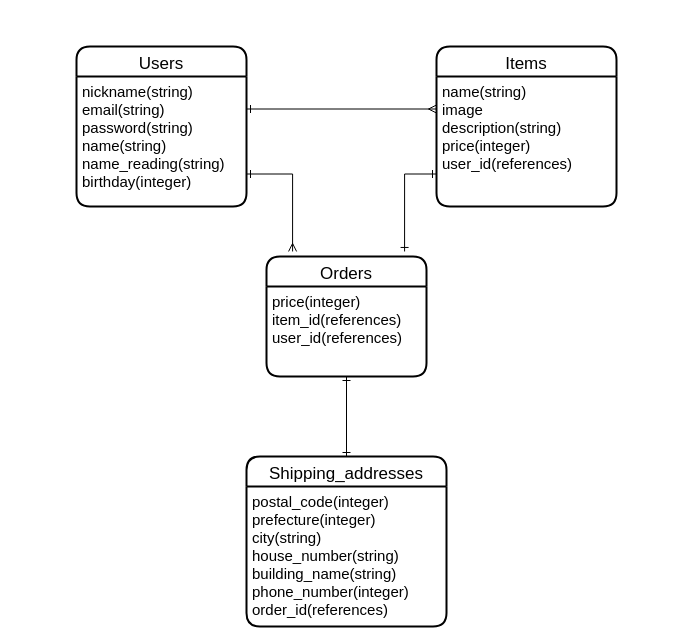
The draw.io diagram furima.dio in tomiyoshi0602/furima-34263, before the edit. Source tidied: cells renumbered, new cells numbered last; positions are measured from the earlier drawing's top-left corner, leaving out a move shared by most shapes. Both pictures are drawn from the tidied source at 100%, with x=0, y=0 at pixel (76, 46).
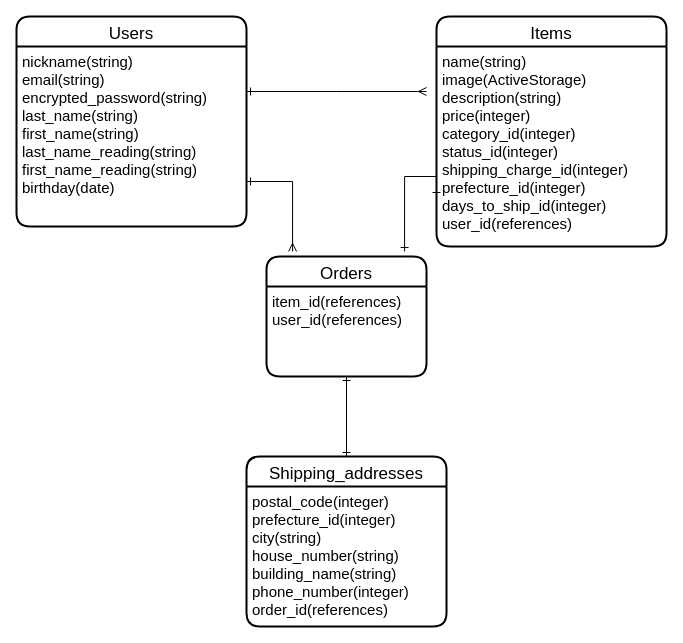
After the change.

Change to the diagram source:
```diff
@@
 <mxGraphModel>
   <root>
     <mxCell id="0" />
     <mxCell id="1" parent="0" />
     <mxCell id="2" value="Users" style="swimlane;horizontal=1;startSize=30;rounded=1;fontSize=17;fontStyle=0;strokeWidth=2;shadow=0;dashed=0;align=center;" parent="1" vertex="1">
-      <mxGeometry width="170" height="160" as="geometry" />
+      <mxGeometry x="-60" y="-30" width="230" height="210" as="geometry" />
     </mxCell>
-    <mxCell id="3" value="nickname(string)&#10;email(string)&#10;password(string)&#10;name(string)&#10;name_reading(string)&#10;birthday(integer)" style="align=left;strokeColor=none;fillColor=none;spacingLeft=4;fontSize=15;verticalAlign=top;" parent="2" vertex="1">
-      <mxGeometry y="30" width="170" height="130" as="geometry" />
+    <mxCell id="3" value="nickname(string)&#10;email(string)&#10;encrypted_password(string)&#10;last_name(string)&#10;first_name(string)&#10;last_name_reading(string)&#10;first_name_reading(string)&#10;birthday(date)" style="align=left;strokeColor=none;fillColor=none;spacingLeft=4;fontSize=15;verticalAlign=top;" parent="2" vertex="1">
+      <mxGeometry y="30" width="230" height="180" as="geometry" />
     </mxCell>
     <mxCell id="4" value="Items" style="swimlane;horizontal=1;startSize=30;rounded=1;fontSize=17;fontStyle=0;strokeWidth=2;shadow=0;dashed=0;align=center;" parent="1" vertex="1">
-      <mxGeometry x="360" width="180" height="160" as="geometry" />
+      <mxGeometry x="360" y="-30" width="230" height="230" as="geometry" />
     </mxCell>
-    <mxCell id="5" value="name(string)&#10;image&#10;description(string)&#10;price(integer)&#10;user_id(references)" style="align=left;strokeColor=none;fillColor=none;spacingLeft=4;fontSize=15;verticalAlign=top;" parent="4" vertex="1">
-      <mxGeometry y="30" width="180" height="130" as="geometry" />
+    <mxCell id="5" value="name(string)&#10;image(ActiveStorage)&#10;description(string)&#10;price(integer)&#10;category_id(integer)&#10;status_id(integer)&#10;shipping_charge_id(integer)&#10;prefecture_id(integer)&#10;days_to_ship_id(integer)&#10;user_id(references)" style="align=left;strokeColor=none;fillColor=none;spacingLeft=4;fontSize=15;verticalAlign=top;" parent="4" vertex="1">
+      <mxGeometry y="30" width="230" height="200" as="geometry" />
     </mxCell>
     <mxCell id="6" value="Orders" style="swimlane;horizontal=1;startSize=30;rounded=1;fontSize=17;fontStyle=0;strokeWidth=2;shadow=0;dashed=0;align=center;" parent="1" vertex="1">
       <mxGeometry x="190" y="210" width="160" height="120" as="geometry" />
     </mxCell>
-    <mxCell id="7" value="price(integer)&#10;item_id(references)&#10;user_id(references)" style="align=left;strokeColor=none;fillColor=none;spacingLeft=4;fontSize=15;verticalAlign=top;" parent="6" vertex="1">
+    <mxCell id="7" value="item_id(references)&#10;user_id(references)" style="align=left;strokeColor=none;fillColor=none;spacingLeft=4;fontSize=15;verticalAlign=top;" parent="6" vertex="1">
       <mxGeometry y="30" width="160" height="90" as="geometry" />
     </mxCell>
     <mxCell id="8" value="Shipping_addresses" style="swimlane;horizontal=1;startSize=30;rounded=1;fontSize=17;fontStyle=0;strokeWidth=2;shadow=0;dashed=0;align=center;" parent="1" vertex="1">
       <mxGeometry x="170" y="410" width="200" height="170" as="geometry" />
     </mxCell>
-    <mxCell id="9" value="postal_code(integer)&#10;prefecture(integer)&#10;city(string)&#10;house_number(string)&#10;building_name(string)&#10;phone_number(integer)&#10;order_id(references)" style="align=left;strokeColor=none;fillColor=none;spacingLeft=4;fontSize=15;verticalAlign=top;" parent="8" vertex="1">
+    <mxCell id="9" value="postal_code(integer)&#10;prefecture_id(integer)&#10;city(string)&#10;house_number(string)&#10;building_name(string)&#10;phone_number(integer)&#10;order_id(references)" style="align=left;strokeColor=none;fillColor=none;spacingLeft=4;fontSize=15;verticalAlign=top;" parent="8" vertex="1">
       <mxGeometry y="30" width="200" height="140" as="geometry" />
     </mxCell>
     <mxCell id="10" style="edgeStyle=orthogonalEdgeStyle;rounded=0;jettySize=auto;html=1;exitX=1;exitY=0.75;exitDx=0;exitDy=0;entryX=0.163;entryY=-0.042;entryDx=0;entryDy=0;entryPerimeter=0;startArrow=ERone;startFill=0;endArrow=ERmany;endFill=0;fontSize=15;" parent="1" edge="1" source="3" target="6">
       <mxGeometry relative="1" as="geometry" />
     </mxCell>
     <mxCell id="11" style="edgeStyle=orthogonalEdgeStyle;rounded=0;jettySize=auto;html=1;exitX=0;exitY=0.75;exitDx=0;exitDy=0;entryX=0.863;entryY=-0.042;entryDx=0;entryDy=0;entryPerimeter=0;startArrow=ERone;startFill=0;endArrow=ERone;endFill=0;fontSize=15;" parent="1" edge="1" source="5" target="6">
-      <mxGeometry relative="1" as="geometry" />
+      <mxGeometry relative="1" as="geometry">
+        <Array as="points">
+          <mxPoint x="360" y="130" />
+          <mxPoint x="328" y="130" />
+        </Array>
+      </mxGeometry>
     </mxCell>
-    <mxCell id="12" style="edgeStyle=orthogonalEdgeStyle;rounded=0;jettySize=auto;html=1;exitX=1;exitY=0.25;exitDx=0;exitDy=0;entryX=0;entryY=0.25;entryDx=0;entryDy=0;startArrow=ERone;startFill=0;endArrow=ERmany;endFill=0;fontSize=15;" parent="1" edge="1" source="3" target="5">
-      <mxGeometry relative="1" as="geometry" />
+    <mxCell id="12" style="edgeStyle=orthogonalEdgeStyle;rounded=0;jettySize=auto;html=1;exitX=1;exitY=0.25;exitDx=0;exitDy=0;startArrow=ERone;startFill=0;endArrow=ERmany;endFill=0;fontSize=15;" parent="1" edge="1" source="3">
+      <mxGeometry relative="1" as="geometry">
+        <mxPoint x="350" y="45" as="targetPoint" />
+      </mxGeometry>
     </mxCell>
     <mxCell id="13" style="edgeStyle=orthogonalEdgeStyle;rounded=0;jettySize=auto;html=1;exitX=0.5;exitY=1;exitDx=0;exitDy=0;entryX=0.5;entryY=0;entryDx=0;entryDy=0;startArrow=ERone;startFill=0;endArrow=ERone;endFill=0;fontSize=15;" parent="1" edge="1" source="7" target="8">
       <mxGeometry relative="1" as="geometry" />
     </mxCell>
   </root>
 </mxGraphModel>
```
